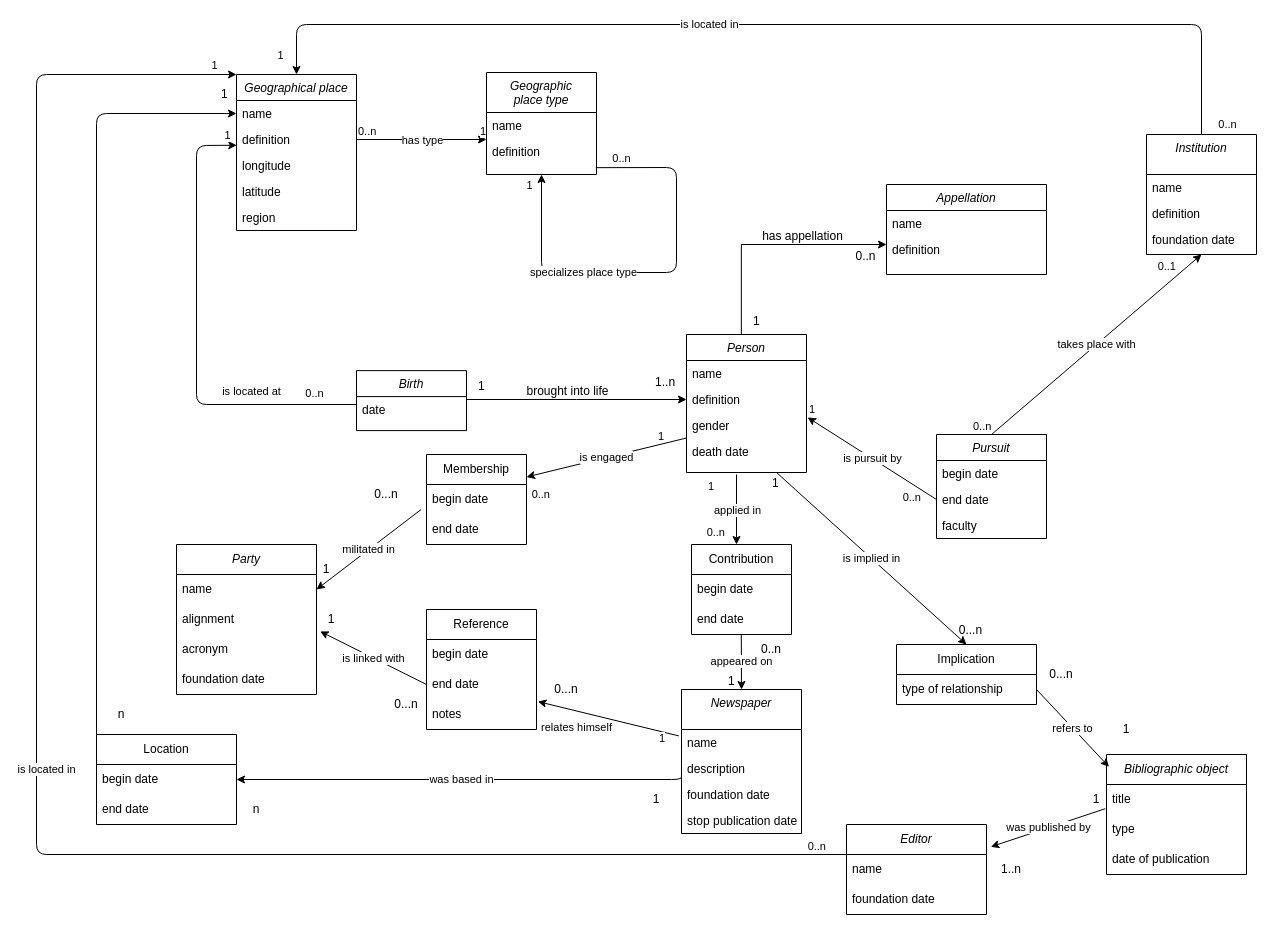
spanzerotto/italian_poets_XX keeps this draw.io diagram as MCD_to_database_Siria.drawio. Above is the earlier version. Source tidied: cells renumbered, new cells numbered last; positions are measured from the earlier drawing's top-left corner, leaving out a move shared by most shapes. Both pictures are drawn from the tidied source at 100%, with x=0, y=0 at pixel (36, 24).
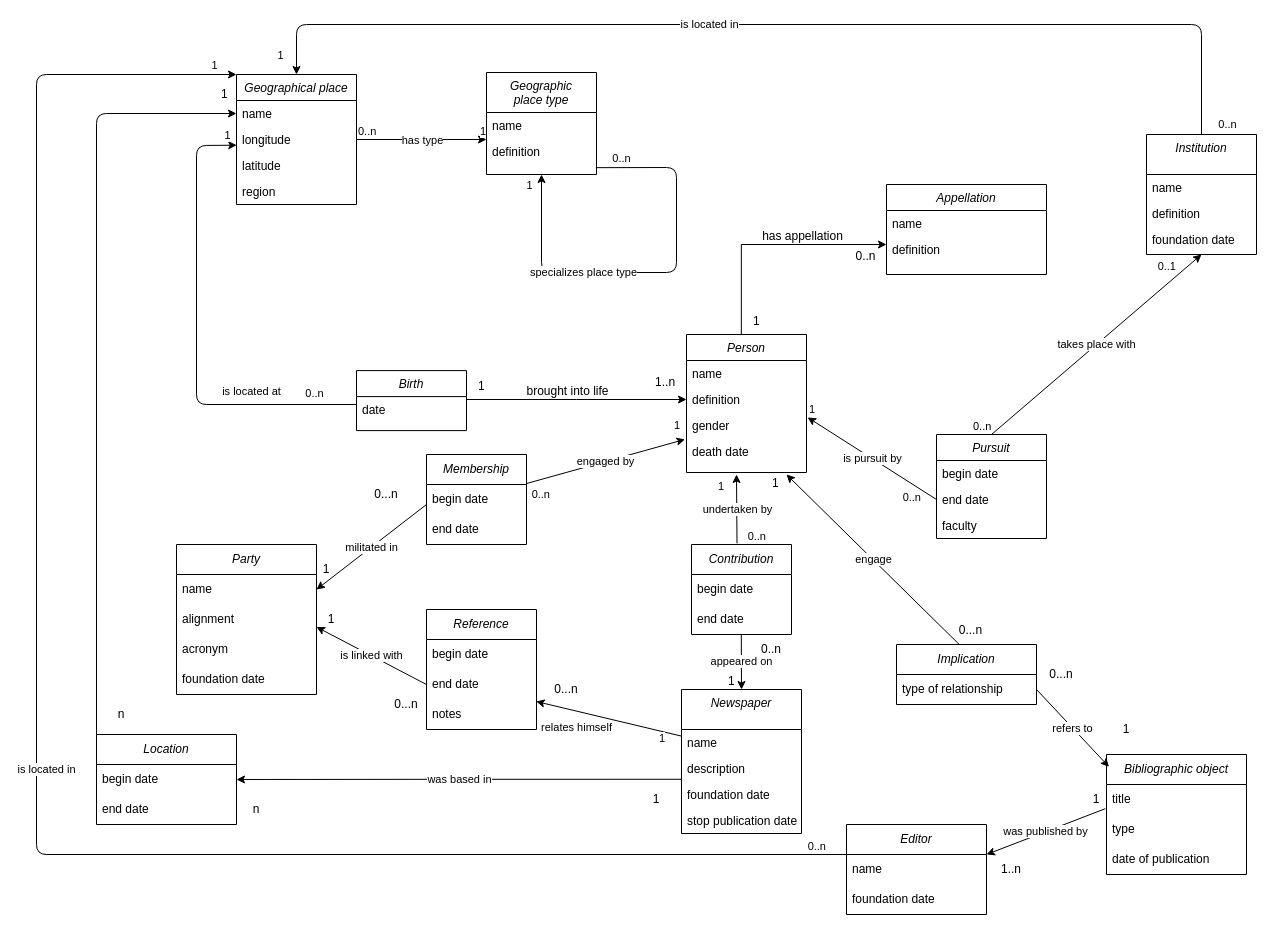
Above is the later version.

Unchanged cells that the change refers to:
```xml
<mxCell id="6" value="Person" style="swimlane;fontStyle=2;align=center;verticalAlign=top;horizontal=1;startSize=26;rounded=0;shadow=0;strokeWidth=1;" parent="1" vertex="1">
  <mxGeometry x="650" y="310" width="120" height="138" as="geometry" />
</mxCell>
<mxCell id="10" value="death date" style="text;align=left;verticalAlign=top;spacingLeft=4;spacingRight=4;overflow=hidden;points=[[0,0.5],[1,0.5]];portConstraint=eastwest;rounded=0;shadow=0;html=0;" parent="6" vertex="1">
  <mxGeometry y="104" width="120" height="26" as="geometry" />
</mxCell>
<mxCell id="36" value="name" style="text;align=left;verticalAlign=top;spacingLeft=4;spacingRight=4;overflow=hidden;points=[[0,0.5],[1,0.5]];portConstraint=eastwest;" parent="35" vertex="1">
  <mxGeometry y="40" width="120" height="26" as="geometry" />
</mxCell>
<mxCell id="37" value="description" style="text;align=left;verticalAlign=top;spacingLeft=4;spacingRight=4;overflow=hidden;points=[[0,0.5],[1,0.5]];portConstraint=eastwest;" parent="35" vertex="1">
  <mxGeometry y="66" width="120" height="26" as="geometry" />
</mxCell>
<mxCell id="72" value="name" style="text;strokeColor=none;fillColor=none;align=left;verticalAlign=middle;spacingLeft=4;spacingRight=4;overflow=hidden;points=[[0,0.5],[1,0.5]];portConstraint=eastwest;whiteSpace=wrap;html=1;" parent="71" vertex="1">
  <mxGeometry y="30" width="140" height="30" as="geometry" />
</mxCell>
<mxCell id="73" value="alignment" style="text;strokeColor=none;fillColor=none;align=left;verticalAlign=middle;spacingLeft=4;spacingRight=4;overflow=hidden;points=[[0,0.5],[1,0.5]];portConstraint=eastwest;whiteSpace=wrap;html=1;" parent="71" vertex="1">
  <mxGeometry y="60" width="140" height="30" as="geometry" />
</mxCell>
<mxCell id="86" value="type" style="text;strokeColor=none;fillColor=none;align=left;verticalAlign=middle;spacingLeft=4;spacingRight=4;overflow=hidden;points=[[0,0.5],[1,0.5]];portConstraint=eastwest;whiteSpace=wrap;html=1;" parent="84" vertex="1">
  <mxGeometry y="60" width="140" height="30" as="geometry" />
</mxCell>
<mxCell id="92" value="name" style="text;strokeColor=none;fillColor=none;align=left;verticalAlign=middle;spacingLeft=4;spacingRight=4;overflow=hidden;points=[[0,0.5],[1,0.5]];portConstraint=eastwest;whiteSpace=wrap;html=1;" parent="91" vertex="1">
  <mxGeometry y="30" width="140" height="30" as="geometry" />
</mxCell>
<mxCell id="99" value="begin date" style="text;strokeColor=none;fillColor=none;align=left;verticalAlign=middle;spacingLeft=4;spacingRight=4;overflow=hidden;points=[[0,0.5],[1,0.5]];portConstraint=eastwest;whiteSpace=wrap;html=1;" parent="98" vertex="1">
  <mxGeometry y="30" width="100" height="30" as="geometry" />
</mxCell>
<mxCell id="100" value="end date" style="text;strokeColor=none;fillColor=none;align=left;verticalAlign=middle;spacingLeft=4;spacingRight=4;overflow=hidden;points=[[0,0.5],[1,0.5]];portConstraint=eastwest;whiteSpace=wrap;html=1;" parent="98" vertex="1">
  <mxGeometry y="60" width="100" height="30" as="geometry" />
</mxCell>
<mxCell id="108" value="0...n" style="text;html=1;strokeColor=none;fillColor=none;align=center;verticalAlign=middle;whiteSpace=wrap;rounded=0;" parent="1" vertex="1">
  <mxGeometry x="500" y="650" width="60" height="30" as="geometry" />
</mxCell>
<mxCell id="120" value="notes" style="text;strokeColor=none;fillColor=none;align=left;verticalAlign=middle;spacingLeft=4;spacingRight=4;overflow=hidden;points=[[0,0.5],[1,0.5]];portConstraint=eastwest;whiteSpace=wrap;html=1;" parent="117" vertex="1">
  <mxGeometry y="90" width="110" height="30" as="geometry" />
</mxCell>
<mxCell id="122" value="1" style="text;html=1;strokeColor=none;fillColor=none;align=center;verticalAlign=middle;whiteSpace=wrap;rounded=0;" parent="1" vertex="1">
  <mxGeometry x="280" y="580" width="30" height="30" as="geometry" />
</mxCell>
<mxCell id="123" value="1..n" style="text;html=1;strokeColor=none;fillColor=none;align=center;verticalAlign=middle;whiteSpace=wrap;rounded=0;" parent="1" vertex="1">
  <mxGeometry x="950" y="830" width="50" height="30" as="geometry" />
</mxCell>
```

Diff of the diagram source:
```diff
@@
     <mxCell id="21" value="Geographical place" style="swimlane;fontStyle=2;align=center;verticalAlign=top;horizontal=1;startSize=26;rounded=0;shadow=0;strokeWidth=1;" parent="1" vertex="1">
-      <mxGeometry x="200" y="50" width="120" height="156" as="geometry" />
+      <mxGeometry x="200" y="50" width="120" height="130" as="geometry" />
     </mxCell>
@@
-    <mxCell id="23" value="definition" style="text;align=left;verticalAlign=top;spacingLeft=4;spacingRight=4;overflow=hidden;points=[[0,0.5],[1,0.5]];portConstraint=eastwest;rounded=0;shadow=0;html=0;" parent="21" vertex="1">
-      <mxGeometry y="52" width="120" height="26" as="geometry" />
-    </mxCell>
     <mxCell id="24" value="longitude" style="text;align=left;verticalAlign=top;spacingLeft=4;spacingRight=4;overflow=hidden;rounded=0;shadow=0;html=0;" parent="21" vertex="1">
-      <mxGeometry y="78" width="120" height="26" as="geometry" />
+      <mxGeometry y="52" width="120" height="26" as="geometry" />
     </mxCell>
     <mxCell id="25" value="latitude" style="text;align=left;verticalAlign=top;spacingLeft=4;spacingRight=4;overflow=hidden;rounded=0;shadow=0;html=0;" parent="21" vertex="1">
-      <mxGeometry y="104" width="120" height="26" as="geometry" />
+      <mxGeometry y="78" width="120" height="26" as="geometry" />
     </mxCell>
     <mxCell id="26" value="region" style="text;align=left;verticalAlign=top;spacingLeft=4;spacingRight=4;overflow=hidden;rounded=0;shadow=0;html=0;" parent="21" vertex="1">
-      <mxGeometry y="130" width="120" height="26" as="geometry" />
+      <mxGeometry y="104" width="120" height="26" as="geometry" />
     </mxCell>
-    <mxCell id="27" style="endArrow=classic;html=1;exitX=1;exitY=0.5;exitDx=0;exitDy=0;" parent="1" edge="1" source="23">
+    <mxCell id="27" style="endArrow=classic;html=1;exitX=1;exitY=0.5;exitDx=0;exitDy=0;" parent="1" edge="1">
       <mxGeometry x="0.07" y="-35" relative="1" as="geometry">
+        <mxPoint x="320" y="115" as="sourcePoint" />
         <mxPoint x="450" y="115" as="targetPoint" />
       </mxGeometry>
     </mxCell>
@@
-    <mxCell id="31" style="endArrow=classic;html=1;entryX=0.002;entryY=0.721;entryDx=0;entryDy=0;entryPerimeter=0;" parent="1" edge="1" target="23">
+    <mxCell id="31" style="endArrow=classic;html=1;entryX=0.002;entryY=0.721;entryDx=0;entryDy=0;entryPerimeter=0;" parent="1" edge="1">
       <mxGeometry relative="1" as="geometry">
         <mxPoint x="320" y="380" as="sourcePoint" />
+        <mxPoint x="200.2" y="120.7" as="targetPoint" />
         <Array as="points">
           <mxPoint x="160" y="380" />
           <mxPoint x="160" y="121" />
         </Array>
       </mxGeometry>
     </mxCell>
@@
-    <mxCell id="49" style="endArrow=classic;html=1;" parent="1" edge="1">
+    <mxCell id="49" style="endArrow=classic;html=1;exitX=0.455;exitY=-0.013;exitDx=0;exitDy=0;exitPerimeter=0;" parent="1" edge="1" source="103">
       <mxGeometry x="0.14" y="-42" relative="1" as="geometry">
-        <mxPoint x="700" y="450" as="sourcePoint" />
-        <mxPoint x="700" y="520" as="targetPoint" />
+        <mxPoint x="700" y="450" as="targetPoint" />
       </mxGeometry>
     </mxCell>
-    <mxCell id="50" value="applied in" style="edgeLabel;html=1;align=center;verticalAlign=middle;" parent="49" vertex="1">
+    <mxCell id="50" value="undertaken by" style="edgeLabel;html=1;align=center;verticalAlign=middle;" parent="49" vertex="1">
       <mxGeometry relative="1" as="geometry" />
     </mxCell>
     <mxCell id="51" value="1" style="edgeLabel;html=1;align=left;verticalAlign=bottom;" parent="49" vertex="1">
       <mxGeometry x="-1" relative="1" as="geometry">
-        <mxPoint x="-80" y="-30" as="offset" />
+        <mxPoint x="-65" y="-110" as="offset" />
       </mxGeometry>
     </mxCell>
     <mxCell id="52" value="0..n" style="edgeLabel;html=1;align=right;verticalAlign=bottom;" parent="49" vertex="1">
       <mxGeometry x="1" relative="1" as="geometry">
-        <mxPoint x="-11" y="-4" as="offset" />
+        <mxPoint x="30" y="70" as="offset" />
       </mxGeometry>
     </mxCell>
@@
-    <mxCell id="76" value="is engaged" style="endArrow=classic;html=1;exitX=0;exitY=0.75;exitDx=0;exitDy=0;entryX=1;entryY=0.25;entryDx=0;entryDy=0;" parent="1" edge="1" source="6" target="98">
+    <mxCell id="76" value="engaged by" style="endArrow=classic;html=1;entryX=-0.013;entryY=0.035;entryDx=0;entryDy=0;entryPerimeter=0;exitX=0.992;exitY=-0.024;exitDx=0;exitDy=0;exitPerimeter=0;" parent="1" edge="1" source="99" target="10">
       <mxGeometry relative="1" as="geometry" />
     </mxCell>
     <mxCell id="77" value="1" style="edgeLabel;html=1;align=left;verticalAlign=bottom;" parent="1" vertex="1">
-      <mxGeometry x="670" y="470" as="geometry" />
+      <mxGeometry x="680" y="470" as="geometry" />
     </mxCell>
@@
-    <mxCell id="79" value="relates himself" style="endArrow=classic;html=1;exitX=-0.022;exitY=0.246;exitDx=0;exitDy=0;exitPerimeter=0;entryX=1.013;entryY=0.069;entryDx=0;entryDy=0;entryPerimeter=0;" parent="1" edge="1" source="36" target="120">
+    <mxCell id="79" value="relates himself" style="endArrow=classic;html=1;entryX=-0.005;entryY=0.9;entryDx=0;entryDy=0;entryPerimeter=0;exitX=0.003;exitY=0.258;exitDx=0;exitDy=0;exitPerimeter=0;" parent="1" edge="1" source="36" target="108">
       <mxGeometry x="0.39" y="16" relative="1" as="geometry" />
     </mxCell>
@@
-    <mxCell id="81" value="was based in" style="endArrow=classic;html=1;edgeStyle=orthogonalEdgeStyle;entryX=1;entryY=0.5;entryDx=0;entryDy=0;" parent="1" edge="1" target="111">
-      <mxGeometry relative="1" as="geometry">
-        <mxPoint x="645" y="750" as="sourcePoint" />
-        <Array as="points">
-          <mxPoint x="645" y="755" />
-        </Array>
-      </mxGeometry>
+    <mxCell id="81" value="was based in" style="endArrow=classic;html=1;edgeStyle=orthogonalEdgeStyle;entryX=1;entryY=0.5;entryDx=0;entryDy=0;exitX=0.005;exitY=0.915;exitDx=0;exitDy=0;exitPerimeter=0;" parent="1" edge="1" source="37" target="111">
+      <mxGeometry relative="1" as="geometry" />
     </mxCell>
@@
-    <mxCell id="88" value="is implied in" style="endArrow=classic;html=1;exitX=0.75;exitY=1;exitDx=0;exitDy=0;" parent="1" edge="1" source="6">
+    <mxCell id="88" value="engage" style="endArrow=classic;html=1;exitX=0.45;exitY=0.004;exitDx=0;exitDy=0;exitPerimeter=0;" parent="1" edge="1" source="125">
       <mxGeometry relative="1" as="geometry">
-        <mxPoint x="930" y="620" as="targetPoint" />
+        <mxPoint x="750" y="450" as="targetPoint" />
       </mxGeometry>
     </mxCell>
@@
-    <mxCell id="94" value="was published by" style="endArrow=classic;html=1;entryX=1.031;entryY=-0.256;entryDx=0;entryDy=0;exitX=-0.008;exitY=-0.195;exitDx=0;exitDy=0;exitPerimeter=0;entryPerimeter=0;" parent="1" edge="1" source="86" target="92">
+    <mxCell id="94" value="was published by" style="endArrow=classic;html=1;entryX=0;entryY=0;entryDx=0;entryDy=0;exitX=-0.008;exitY=-0.195;exitDx=0;exitDy=0;exitPerimeter=0;entryPerimeter=0;" parent="1" edge="1" source="86" target="123">
       <mxGeometry relative="1" as="geometry" />
     </mxCell>
@@
-    <mxCell id="98" value="Membership" style="swimlane;fontStyle=0;horizontal=1;startSize=30;whiteSpace=wrap;html=1;" parent="1" vertex="1">
+    <mxCell id="98" value="&lt;i&gt;Membership&lt;/i&gt;" style="swimlane;fontStyle=0;horizontal=1;startSize=30;whiteSpace=wrap;html=1;" parent="1" vertex="1">
       <mxGeometry x="390" y="430" width="100" height="90" as="geometry" />
     </mxCell>
@@
-    <mxCell id="101" value="militated in" style="endArrow=classic;html=1;entryX=1;entryY=0.5;entryDx=0;entryDy=0;exitX=-0.055;exitY=-0.164;exitDx=0;exitDy=0;exitPerimeter=0;" parent="1" edge="1" source="100" target="72">
-      <mxGeometry relative="1" as="geometry" />
+    <mxCell id="101" value="militated in" style="endArrow=classic;html=1;entryX=1;entryY=0.5;entryDx=0;entryDy=0;" parent="1" edge="1" target="72">
+      <mxGeometry relative="1" as="geometry">
+        <mxPoint x="390" y="480" as="sourcePoint" />
+      </mxGeometry>
     </mxCell>
@@
-    <mxCell id="103" value="Contribution" style="swimlane;fontStyle=0;horizontal=1;startSize=30;whiteSpace=wrap;html=1;" parent="1" vertex="1">
+    <mxCell id="103" value="&lt;i&gt;Contribution&lt;/i&gt;" style="swimlane;fontStyle=0;horizontal=1;startSize=30;whiteSpace=wrap;html=1;" parent="1" vertex="1">
       <mxGeometry x="655" y="520" width="100" height="90" as="geometry" />
     </mxCell>
@@
-    <mxCell id="111" value="Location" style="swimlane;fontStyle=0;horizontal=1;startSize=30;whiteSpace=wrap;html=1;" parent="1" vertex="1">
+    <mxCell id="111" value="&lt;i&gt;Location&lt;/i&gt;" style="swimlane;fontStyle=0;horizontal=1;startSize=30;whiteSpace=wrap;html=1;" parent="1" vertex="1">
       <mxGeometry x="60" y="710" width="140" height="90" as="geometry" />
     </mxCell>
@@
-    <mxCell id="117" value="Reference" style="swimlane;fontStyle=0;horizontal=1;startSize=30;whiteSpace=wrap;html=1;" parent="1" vertex="1">
+    <mxCell id="117" value="&lt;i&gt;Reference&lt;/i&gt;" style="swimlane;fontStyle=0;horizontal=1;startSize=30;whiteSpace=wrap;html=1;" parent="1" vertex="1">
       <mxGeometry x="390" y="585" width="110" height="120" as="geometry" />
     </mxCell>
@@
-    <mxCell id="121" value="is linked with" style="edgeStyle=none;html=1;entryX=1.026;entryY=0.897;entryDx=0;entryDy=0;entryPerimeter=0;startArrow=none;" parent="1" edge="1" target="73">
+    <mxCell id="121" value="is linked with" style="edgeStyle=none;html=1;entryX=0;entryY=0.75;entryDx=0;entryDy=0;startArrow=none;" parent="1" edge="1" target="122">
       <mxGeometry relative="1" as="geometry">
         <mxPoint x="390" y="660" as="sourcePoint" />
       </mxGeometry>
     </mxCell>
@@
-    <mxCell id="125" value="Implication" style="swimlane;fontStyle=0;horizontal=1;startSize=30;whiteSpace=wrap;html=1;" parent="1" vertex="1">
+    <mxCell id="125" value="&lt;i&gt;Implication&lt;/i&gt;" style="swimlane;fontStyle=0;horizontal=1;startSize=30;whiteSpace=wrap;html=1;" parent="1" vertex="1">
       <mxGeometry x="860" y="620" width="140" height="60" as="geometry" />
     </mxCell>
```
